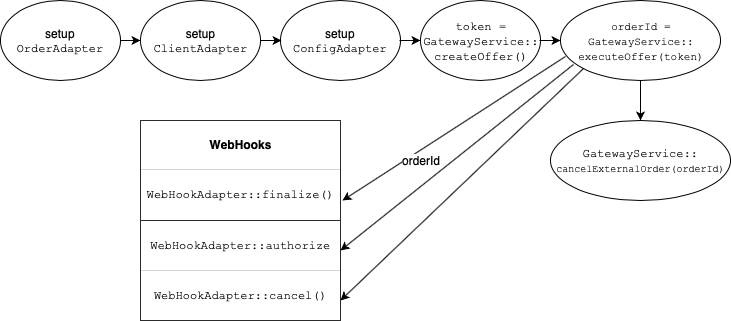
Earlier version of the draw.io export workflow.png (monetha/payment-plugin-php-sdk). Source tidied: cells renumbered, new cells last; positions are measured from the earlier drawing's top-left corner, leaving out a move shared by most shapes.
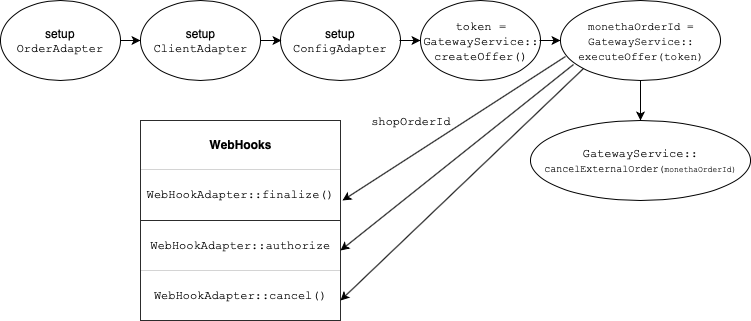
Later version of the same file.

What changed in the source:
```diff
@@ -32,7 +32,7 @@
         <mxPoint x="420" y="40" as="targetPoint" />
       </mxGeometry>
     </mxCell>
-    <mxCell id="9" value="&lt;font face=&quot;Courier New&quot; style=&quot;font-size: 11px&quot;&gt;orderId =&lt;br&gt;GatewayService::&lt;br&gt;executeOffer(token)&lt;/font&gt;&lt;br&gt;" style="ellipse;whiteSpace=wrap;html=1;" parent="1" vertex="1">
+    <mxCell id="9" value="&lt;font face=&quot;Courier New&quot; style=&quot;font-size: 11px&quot;&gt;monethaOrderId =&lt;br&gt;GatewayService::&lt;br&gt;executeOffer(token)&lt;/font&gt;&lt;br&gt;" style="ellipse;whiteSpace=wrap;html=1;" parent="1" vertex="1">
       <mxGeometry x="560" width="160" height="80" as="geometry" />
     </mxCell>
     <mxCell id="10" style="endArrow=classic;html=1;" parent="1" edge="1">
@@ -41,8 +41,8 @@
         <mxPoint x="560" y="40" as="targetPoint" />
       </mxGeometry>
     </mxCell>
-    <mxCell id="11" value="&lt;font face=&quot;Courier New&quot;&gt;GatewayService::&lt;br&gt;&lt;font style=&quot;font-size: 10px&quot;&gt;cancelExternalOrder(orderId)&lt;/font&gt;&lt;/font&gt;&lt;br&gt;" style="ellipse;whiteSpace=wrap;html=1;" parent="1" vertex="1">
-      <mxGeometry x="550" y="120" width="180" height="80" as="geometry" />
+    <mxCell id="11" value="&lt;font face=&quot;Courier New&quot;&gt;GatewayService::&lt;br&gt;&lt;font style=&quot;font-size: 10px&quot;&gt;cancelExternalOrder(&lt;/font&gt;&lt;/font&gt;&lt;font face=&quot;Courier New&quot; style=&quot;font-size: 8px&quot;&gt;&lt;span&gt;monethaOrderId&lt;/span&gt;&lt;font&gt;)&lt;/font&gt;&lt;/font&gt;&lt;br&gt;" style="ellipse;whiteSpace=wrap;html=1;" parent="1" vertex="1">
+      <mxGeometry x="530" y="120" width="220" height="80" as="geometry" />
     </mxCell>
     <mxCell id="12" style="endArrow=classic;html=1;" parent="1" edge="1">
       <mxGeometry relative="1" as="geometry">
@@ -55,11 +55,6 @@
         <mxPoint x="342" y="200" as="targetPoint" />
       </mxGeometry>
     </mxCell>
-    <mxCell id="14" value="orderId" style="text;html=1;align=center;verticalAlign=middle;labelBackgroundColor=#ffffff;" parent="13" vertex="1">
-      <mxGeometry x="0.6" y="4" relative="1" as="geometry">
-        <mxPoint x="31" y="-14.5" as="offset" />
-      </mxGeometry>
-    </mxCell>
     <mxCell id="15" value="&lt;table border=&quot;1&quot; width=&quot;100%&quot; cellpadding=&quot;4&quot; style=&quot;width: 100% ; height: 100% ; border-collapse: collapse&quot;&gt;&lt;tbody&gt;&lt;tr&gt;&lt;th align=&quot;center&quot;&gt;&lt;b&gt;WebHooks&lt;br&gt;&lt;/b&gt;&lt;/th&gt;&lt;/tr&gt;&lt;tr&gt;&lt;td align=&quot;center&quot;&gt;&lt;font face=&quot;Courier New&quot;&gt;WebHookAdapter::finalize()&lt;/font&gt;&lt;/td&gt;&lt;/tr&gt;&lt;tr&gt;&lt;td align=&quot;center&quot;&gt;&lt;font face=&quot;Courier New&quot;&gt;WebHookAdapter::authorize&lt;/font&gt;&lt;/td&gt;&lt;/tr&gt;&lt;tr&gt;&lt;td style=&quot;text-align: center&quot;&gt;&lt;font face=&quot;Courier New&quot;&gt;WebHookAdapter::cancel()&lt;/font&gt;&lt;/td&gt;&lt;/tr&gt;&lt;/tbody&gt;&lt;/table&gt;" style="text;html=1;strokeColor=none;fillColor=none;overflow=fill;" parent="1" vertex="1">
       <mxGeometry x="140" y="120" width="200" height="200" as="geometry" />
     </mxCell>
@@ -73,5 +68,8 @@
         <mxPoint x="340" y="300" as="targetPoint" />
       </mxGeometry>
     </mxCell>
+    <mxCell id="18" value="&lt;font face=&quot;Courier New&quot;&gt;shopOrderId&lt;/font&gt;" style="text;html=1;strokeColor=none;fillColor=none;align=center;verticalAlign=middle;whiteSpace=wrap;rounded=0;" parent="1" vertex="1">
+      <mxGeometry x="390" y="110" width="40" height="20" as="geometry" />
+    </mxCell>
   </root>
 </mxGraphModel>
```
